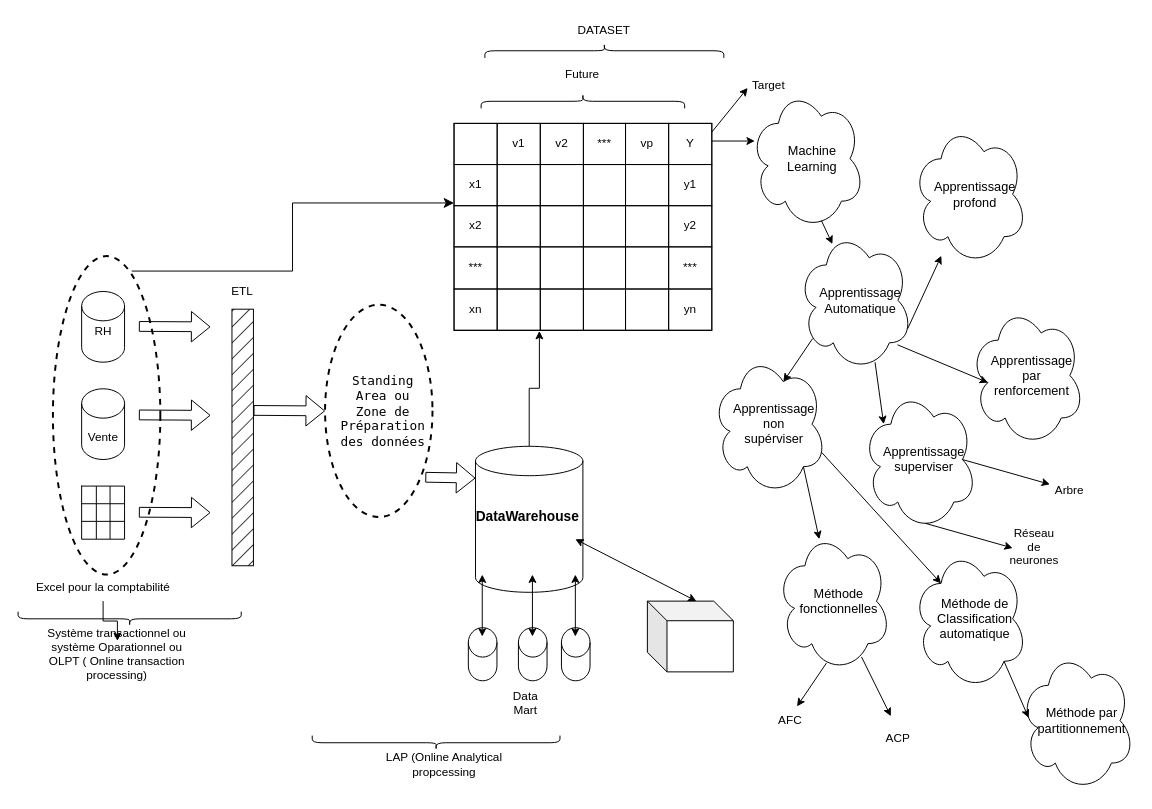
Above: Diagramme sans nom.drawio in MasirikaConstantin/CURRICULUM-VITAE (draw.io), before the change. Source tidied: cells renumbered, new cells numbered last; positions are measured from the earlier drawing's top-left corner, leaving out a move shared by most shapes. Both pictures are drawn from the tidied source at 98%, with x=0, y=0 at pixel (17, -70).
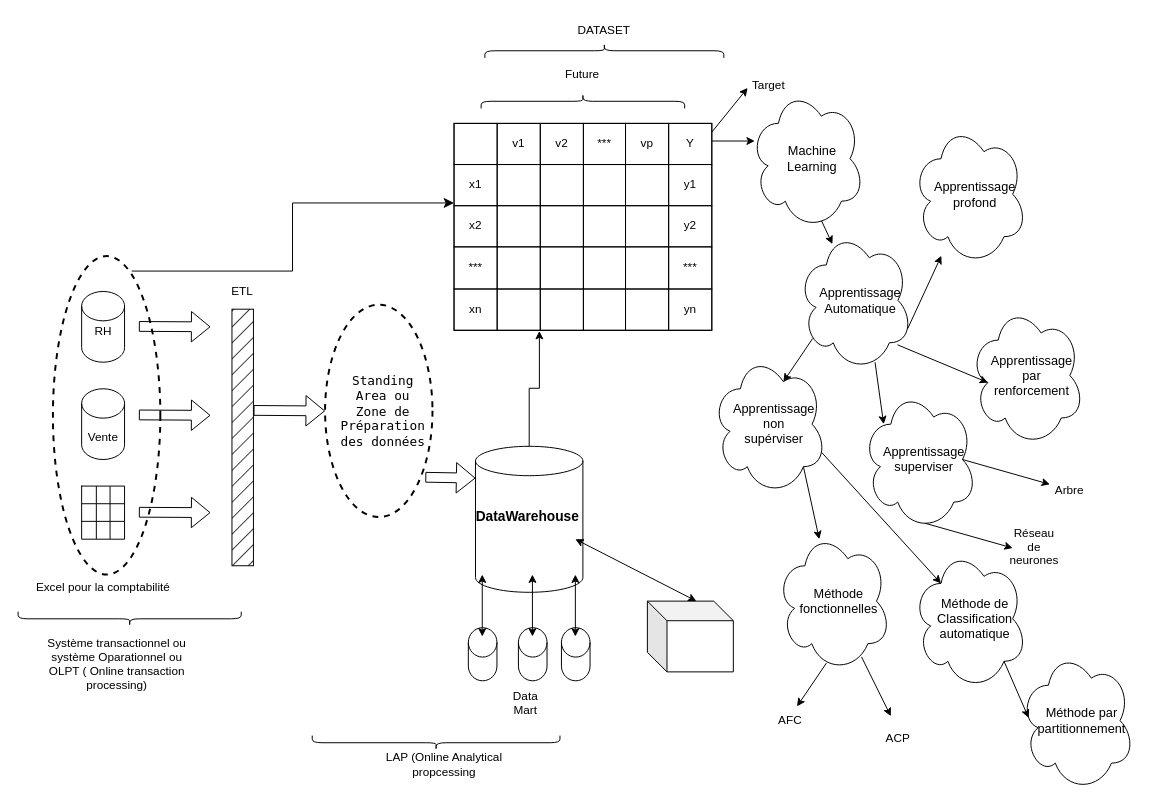
The same diagram, later.

Commit message (it also covers changes not shown here):
Mettre à jour Diagramme sans nom.drawio

The change refers to these unchanged cells:
```xml
<mxCell id="4" style="group;" parent="2" vertex="1">
  <mxGeometry y="25.3" width="1140" height="764.7" as="geometry" />
</mxCell>
<mxCell id="89" value="Excel pour la comptabilité" style="text;strokeColor=none;align=center;fillColor=none;html=1;verticalAlign=middle;whiteSpace=wrap;rounded=0;" parent="4" vertex="1">
  <mxGeometry x="5.5" y="543.5" width="164.4" height="27.1" as="geometry" />
</mxCell>
```

Diff of the diagram source:
```diff
@@
     <mxCell id="87" value="Système transactionnel ou système Oparationnel ou OLPT ( Online transaction processing)" style="text;strokeColor=none;align=center;fillColor=none;html=1;verticalAlign=middle;whiteSpace=wrap;rounded=0;" parent="4" vertex="1">
-      <mxGeometry x="20.1" y="611.2" width="164.4" height="27.1" as="geometry" />
+      <mxGeometry x="20.1" y="610" width="164.4" height="50.3" as="geometry" />
     </mxCell>
-    <mxCell id="88" style="edgeStyle=orthogonalEdgeStyle;rounded=0;jettySize=auto;html=1;" parent="4" edge="1" source="89" target="87">
-      <mxGeometry relative="1" as="geometry" />
-    </mxCell>
```
